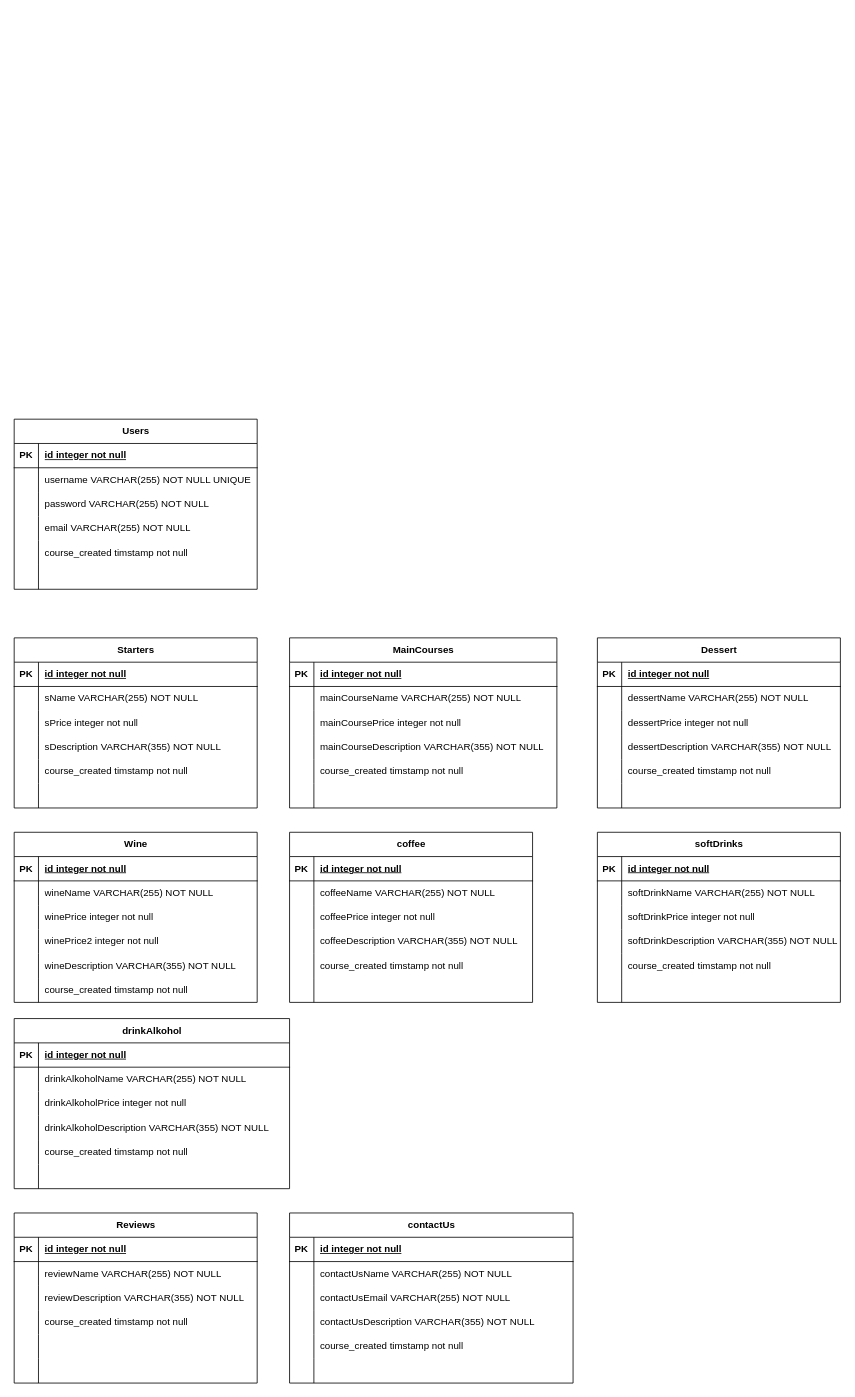
Above: er_diagram.drawio in Rebexian87/backend_projekt (draw.io), before the change. Source tidied: cells renumbered, new cells numbered last; positions are measured from the earlier drawing's top-left corner, leaving out a move shared by most shapes. Both pictures are drawn from the tidied source at 81%, with x=0, y=0 at pixel (14, 419).
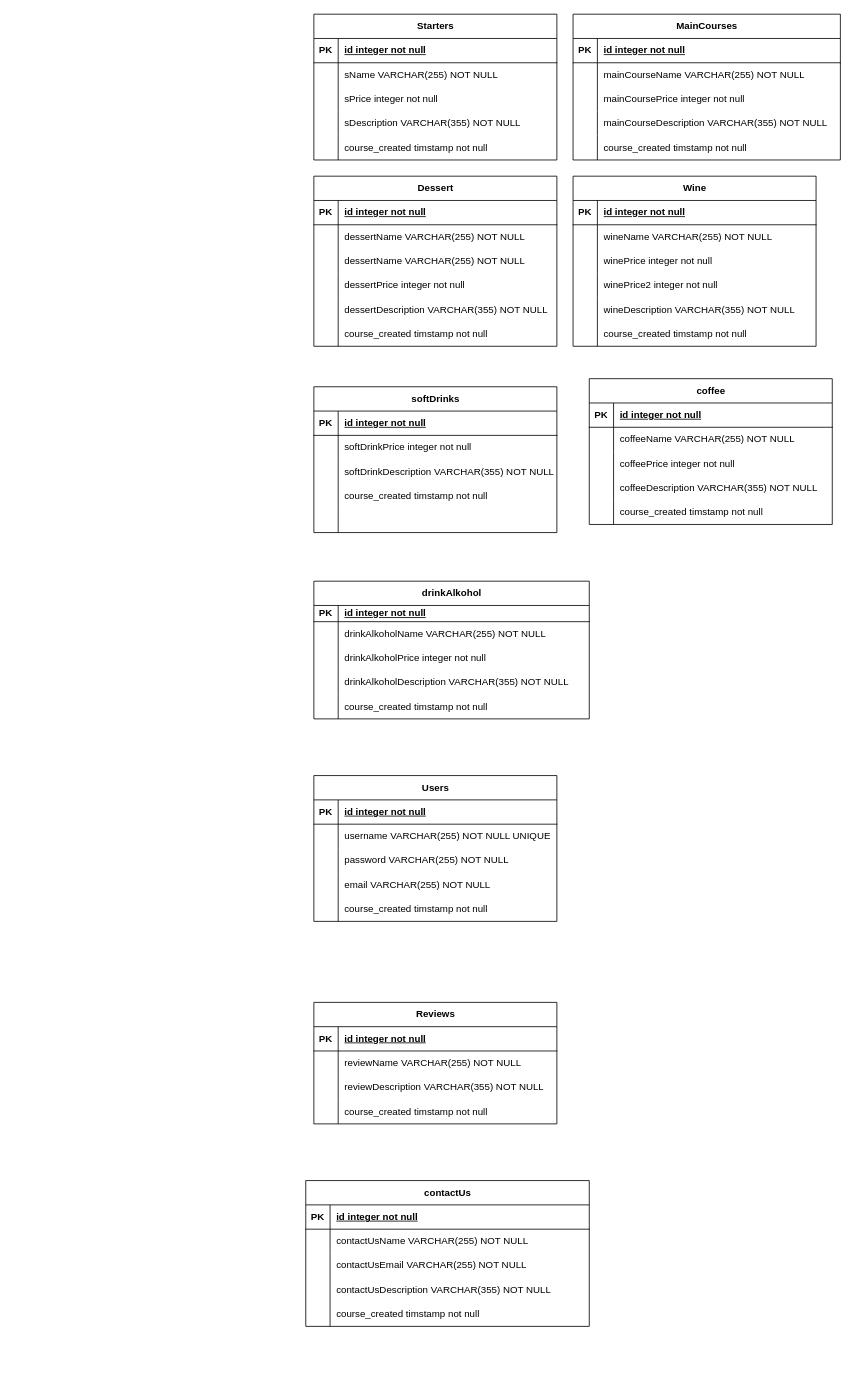
After the change.

Change to the diagram source:
```diff
@@
     <mxCell id="2" value="Users" style="shape=table;startSize=30;childLayout=tableLayout;rowLines=0;fontStyle=1;align=center;html=1;" parent="1" vertex="1">
-      <mxGeometry width="300" height="210" as="geometry" />
+      <mxGeometry x="370" y="440" width="300" height="180" as="geometry" />
     </mxCell>
@@
-    <mxCell id="18" style="shape=tableRow;horizontal=0;startSize=0;swimlaneHead=0;swimlaneBody=0;fillColor=none;top=0;left=0;right=0;bottom=0;" parent="2" vertex="1">
-      <mxGeometry y="180" width="300" height="30" as="geometry" />
-    </mxCell>
-    <mxCell id="19" style="shape=partialRectangle;fillColor=none;top=0;left=0;bottom=0;right=0;overflow=hidden;whiteSpace=wrap;html=1;" parent="18" vertex="1">
-      <mxGeometry width="30" height="30" as="geometry" />
-    </mxCell>
-    <mxCell id="20" style="shape=partialRectangle;fillColor=none;top=0;left=0;bottom=0;right=0;align=left;spacingLeft=6;overflow=hidden;whiteSpace=wrap;html=1;" parent="18" vertex="1">
-      <mxGeometry x="30" width="270" height="30" as="geometry" />
-    </mxCell>
     <mxCell id="21" value="Starters" style="shape=table;startSize=30;childLayout=tableLayout;rowLines=0;fontStyle=1;align=center;html=1;" parent="1" vertex="1">
-      <mxGeometry y="270" width="300" height="210" as="geometry" />
+      <mxGeometry x="370" y="-500" width="300" height="180" as="geometry" />
     </mxCell>
@@
-    <mxCell id="37" style="shape=tableRow;horizontal=0;startSize=0;swimlaneHead=0;swimlaneBody=0;fillColor=none;top=0;left=0;right=0;bottom=0;" parent="21" vertex="1">
-      <mxGeometry y="180" width="300" height="30" as="geometry" />
-    </mxCell>
-    <mxCell id="38" style="shape=partialRectangle;fillColor=none;top=0;left=0;bottom=0;right=0;overflow=hidden;whiteSpace=wrap;html=1;" parent="37" vertex="1">
-      <mxGeometry width="30" height="30" as="geometry" />
-    </mxCell>
-    <mxCell id="39" style="shape=partialRectangle;fillColor=none;top=0;left=0;bottom=0;right=0;align=left;spacingLeft=6;overflow=hidden;whiteSpace=wrap;html=1;" parent="37" vertex="1">
-      <mxGeometry x="30" width="270" height="30" as="geometry" />
-    </mxCell>
     <mxCell id="40" value="MainCourses" style="shape=table;startSize=30;childLayout=tableLayout;rowLines=0;fontStyle=1;align=center;html=1;" parent="1" vertex="1">
-      <mxGeometry x="340" y="270" width="330" height="210" as="geometry" />
+      <mxGeometry x="690" y="-500" width="330" height="180" as="geometry" />
     </mxCell>
@@
-    <mxCell id="56" style="shape=tableRow;horizontal=0;startSize=0;swimlaneHead=0;swimlaneBody=0;fillColor=none;top=0;left=0;right=0;bottom=0;" parent="40" vertex="1">
-      <mxGeometry y="180" width="330" height="30" as="geometry" />
-    </mxCell>
-    <mxCell id="57" style="shape=partialRectangle;fillColor=none;top=0;left=0;bottom=0;right=0;overflow=hidden;whiteSpace=wrap;html=1;" parent="56" vertex="1">
-      <mxGeometry width="30" height="30" as="geometry" />
-    </mxCell>
-    <mxCell id="58" style="shape=partialRectangle;fillColor=none;top=0;left=0;bottom=0;right=0;align=left;spacingLeft=6;overflow=hidden;whiteSpace=wrap;html=1;" parent="56" vertex="1">
-      <mxGeometry x="30" width="300" height="30" as="geometry" />
-    </mxCell>
     <mxCell id="59" value="Dessert" style="shape=table;startSize=30;childLayout=tableLayout;rowLines=0;fontStyle=1;align=center;html=1;" parent="1" vertex="1">
-      <mxGeometry x="720" y="270" width="300" height="210" as="geometry" />
+      <mxGeometry x="370" y="-300" width="300" height="210" as="geometry" />
     </mxCell>
@@
+    <mxCell id="192" style="shape=tableRow;horizontal=0;startSize=0;swimlaneHead=0;swimlaneBody=0;fillColor=none;top=0;left=0;right=0;bottom=0;" parent="59" vertex="1">
+      <mxGeometry y="90" width="300" height="30" as="geometry" />
+    </mxCell>
+    <mxCell id="193" style="shape=partialRectangle;fillColor=none;top=0;left=0;bottom=0;right=0;overflow=hidden;whiteSpace=wrap;html=1;" parent="192" vertex="1">
+      <mxGeometry width="30" height="30" as="geometry" />
+    </mxCell>
+    <mxCell id="194" value="dessertName VARCHAR(255) NOT NULL" style="shape=partialRectangle;fillColor=none;top=0;left=0;bottom=0;right=0;align=left;spacingLeft=6;overflow=hidden;whiteSpace=wrap;html=1;" parent="192" vertex="1">
+      <mxGeometry x="30" width="270" height="30" as="geometry" />
+    </mxCell>
     <mxCell id="66" style="shape=tableRow;horizontal=0;startSize=0;swimlaneHead=0;swimlaneBody=0;fillColor=none;top=0;left=0;right=0;bottom=0;" parent="59" vertex="1">
-      <mxGeometry y="90" width="300" height="30" as="geometry" />
+      <mxGeometry y="120" width="300" height="30" as="geometry" />
     </mxCell>
@@
     <mxCell id="69" style="shape=tableRow;horizontal=0;startSize=0;swimlaneHead=0;swimlaneBody=0;fillColor=none;top=0;left=0;right=0;bottom=0;" parent="59" vertex="1">
-      <mxGeometry y="120" width="300" height="30" as="geometry" />
+      <mxGeometry y="150" width="300" height="30" as="geometry" />
     </mxCell>
@@
     <mxCell id="72" style="shape=tableRow;horizontal=0;startSize=0;swimlaneHead=0;swimlaneBody=0;fillColor=none;top=0;left=0;right=0;bottom=0;" parent="59" vertex="1">
-      <mxGeometry y="150" width="300" height="30" as="geometry" />
+      <mxGeometry y="180" width="300" height="30" as="geometry" />
     </mxCell>
@@
-    <mxCell id="75" style="shape=tableRow;horizontal=0;startSize=0;swimlaneHead=0;swimlaneBody=0;fillColor=none;top=0;left=0;right=0;bottom=0;" parent="59" vertex="1">
-      <mxGeometry y="180" width="300" height="30" as="geometry" />
-    </mxCell>
-    <mxCell id="76" style="shape=partialRectangle;fillColor=none;top=0;left=0;bottom=0;right=0;overflow=hidden;whiteSpace=wrap;html=1;" parent="75" vertex="1">
-      <mxGeometry width="30" height="30" as="geometry" />
-    </mxCell>
-    <mxCell id="77" style="shape=partialRectangle;fillColor=none;top=0;left=0;bottom=0;right=0;align=left;spacingLeft=6;overflow=hidden;whiteSpace=wrap;html=1;" parent="75" vertex="1">
-      <mxGeometry x="30" width="270" height="30" as="geometry" />
-    </mxCell>
     <mxCell id="78" value="Wine" style="shape=table;startSize=30;childLayout=tableLayout;rowLines=0;fontStyle=1;align=center;html=1;" parent="1" vertex="1">
-      <mxGeometry y="510" width="300" height="210" as="geometry" />
+      <mxGeometry x="690" y="-300" width="300" height="210" as="geometry" />
     </mxCell>
@@
     <mxCell id="97" value="coffee" style="shape=table;startSize=30;childLayout=tableLayout;rowLines=0;fontStyle=1;align=center;html=1;" parent="1" vertex="1">
-      <mxGeometry x="340" y="510" width="300" height="210" as="geometry" />
+      <mxGeometry x="710" y="-50" width="300" height="180" as="geometry" />
     </mxCell>
@@
-    <mxCell id="113" style="shape=tableRow;horizontal=0;startSize=0;swimlaneHead=0;swimlaneBody=0;fillColor=none;top=0;left=0;right=0;bottom=0;" parent="97" vertex="1">
-      <mxGeometry y="180" width="300" height="30" as="geometry" />
-    </mxCell>
-    <mxCell id="114" style="shape=partialRectangle;fillColor=none;top=0;left=0;bottom=0;right=0;overflow=hidden;whiteSpace=wrap;html=1;" parent="113" vertex="1">
-      <mxGeometry width="30" height="30" as="geometry" />
-    </mxCell>
-    <mxCell id="115" style="shape=partialRectangle;fillColor=none;top=0;left=0;bottom=0;right=0;align=left;spacingLeft=6;overflow=hidden;whiteSpace=wrap;html=1;" parent="113" vertex="1">
-      <mxGeometry x="30" width="270" height="30" as="geometry" />
-    </mxCell>
     <mxCell id="116" value="softDrinks" style="shape=table;startSize=30;childLayout=tableLayout;rowLines=0;fontStyle=1;align=center;html=1;" parent="1" vertex="1">
-      <mxGeometry x="720" y="510" width="300" height="210" as="geometry" />
+      <mxGeometry x="370" y="-40" width="300" height="180" as="geometry" />
     </mxCell>
@@
-    <mxCell id="120" style="shape=tableRow;horizontal=0;startSize=0;swimlaneHead=0;swimlaneBody=0;fillColor=none;top=0;left=0;right=0;bottom=0;" parent="116" vertex="1">
-      <mxGeometry y="60" width="300" height="30" as="geometry" />
-    </mxCell>
-    <mxCell id="121" style="shape=partialRectangle;fillColor=none;top=0;left=0;bottom=0;right=0;overflow=hidden;whiteSpace=wrap;html=1;" parent="120" vertex="1">
-      <mxGeometry width="30" height="30" as="geometry" />
-    </mxCell>
-    <mxCell id="122" value="&lt;span style=&quot;color: rgb(0, 0, 0); text-align: center; text-wrap-mode: nowrap;&quot;&gt;softDrink&lt;/span&gt;Name VARCHAR(255) NOT NULL" style="shape=partialRectangle;fillColor=none;top=0;left=0;bottom=0;right=0;align=left;spacingLeft=6;overflow=hidden;whiteSpace=wrap;html=1;" parent="120" vertex="1">
-      <mxGeometry x="30" width="270" height="30" as="geometry" />
-    </mxCell>
     <mxCell id="123" style="shape=tableRow;horizontal=0;startSize=0;swimlaneHead=0;swimlaneBody=0;fillColor=none;top=0;left=0;right=0;bottom=0;" parent="116" vertex="1">
-      <mxGeometry y="90" width="300" height="30" as="geometry" />
+      <mxGeometry y="60" width="300" height="30" as="geometry" />
     </mxCell>
@@
     <mxCell id="126" style="shape=tableRow;horizontal=0;startSize=0;swimlaneHead=0;swimlaneBody=0;fillColor=none;top=0;left=0;right=0;bottom=0;" parent="116" vertex="1">
-      <mxGeometry y="120" width="300" height="30" as="geometry" />
+      <mxGeometry y="90" width="300" height="30" as="geometry" />
     </mxCell>
@@
     <mxCell id="129" style="shape=tableRow;horizontal=0;startSize=0;swimlaneHead=0;swimlaneBody=0;fillColor=none;top=0;left=0;right=0;bottom=0;" parent="116" vertex="1">
-      <mxGeometry y="150" width="300" height="30" as="geometry" />
+      <mxGeometry y="120" width="300" height="30" as="geometry" />
     </mxCell>
@@
     <mxCell id="132" style="shape=tableRow;horizontal=0;startSize=0;swimlaneHead=0;swimlaneBody=0;fillColor=none;top=0;left=0;right=0;bottom=0;" parent="116" vertex="1">
-      <mxGeometry y="180" width="300" height="30" as="geometry" />
+      <mxGeometry y="150" width="300" height="30" as="geometry" />
     </mxCell>
@@
     <mxCell id="135" value="Reviews" style="shape=table;startSize=30;childLayout=tableLayout;rowLines=0;fontStyle=1;align=center;html=1;" parent="1" vertex="1">
-      <mxGeometry y="980" width="300" height="210" as="geometry" />
+      <mxGeometry x="370" y="720" width="300" height="150" as="geometry" />
     </mxCell>
@@
-    <mxCell id="148" style="shape=tableRow;horizontal=0;startSize=0;swimlaneHead=0;swimlaneBody=0;fillColor=none;top=0;left=0;right=0;bottom=0;" parent="135" vertex="1">
-      <mxGeometry y="150" width="300" height="30" as="geometry" />
-    </mxCell>
-    <mxCell id="149" style="shape=partialRectangle;fillColor=none;top=0;left=0;bottom=0;right=0;overflow=hidden;whiteSpace=wrap;html=1;" parent="148" vertex="1">
-      <mxGeometry width="30" height="30" as="geometry" />
-    </mxCell>
-    <mxCell id="150" style="shape=partialRectangle;fillColor=none;top=0;left=0;bottom=0;right=0;align=left;spacingLeft=6;overflow=hidden;whiteSpace=wrap;html=1;" parent="148" vertex="1">
-      <mxGeometry x="30" width="270" height="30" as="geometry" />
-    </mxCell>
-    <mxCell id="151" style="shape=tableRow;horizontal=0;startSize=0;swimlaneHead=0;swimlaneBody=0;fillColor=none;top=0;left=0;right=0;bottom=0;" parent="135" vertex="1">
-      <mxGeometry y="180" width="300" height="30" as="geometry" />
-    </mxCell>
-    <mxCell id="152" style="shape=partialRectangle;fillColor=none;top=0;left=0;bottom=0;right=0;overflow=hidden;whiteSpace=wrap;html=1;" parent="151" vertex="1">
-      <mxGeometry width="30" height="30" as="geometry" />
-    </mxCell>
-    <mxCell id="153" style="shape=partialRectangle;fillColor=none;top=0;left=0;bottom=0;right=0;align=left;spacingLeft=6;overflow=hidden;whiteSpace=wrap;html=1;" parent="151" vertex="1">
-      <mxGeometry x="30" width="270" height="30" as="geometry" />
-    </mxCell>
     <mxCell id="154" value="contactUs" style="shape=table;startSize=30;childLayout=tableLayout;rowLines=0;fontStyle=1;align=center;html=1;" parent="1" vertex="1">
-      <mxGeometry x="340" y="980" width="350" height="210" as="geometry" />
+      <mxGeometry x="360" y="940" width="350" height="180" as="geometry" />
     </mxCell>
@@
-    <mxCell id="170" style="shape=tableRow;horizontal=0;startSize=0;swimlaneHead=0;swimlaneBody=0;fillColor=none;top=0;left=0;right=0;bottom=0;" parent="154" vertex="1">
-      <mxGeometry y="180" width="350" height="30" as="geometry" />
-    </mxCell>
-    <mxCell id="171" style="shape=partialRectangle;fillColor=none;top=0;left=0;bottom=0;right=0;overflow=hidden;whiteSpace=wrap;html=1;" parent="170" vertex="1">
-      <mxGeometry width="30" height="30" as="geometry" />
-    </mxCell>
-    <mxCell id="172" style="shape=partialRectangle;fillColor=none;top=0;left=0;bottom=0;right=0;align=left;spacingLeft=6;overflow=hidden;whiteSpace=wrap;html=1;" parent="170" vertex="1">
-      <mxGeometry x="30" width="320" height="30" as="geometry" />
-    </mxCell>
     <mxCell id="173" value="drinkAlkohol" style="shape=table;startSize=30;childLayout=tableLayout;rowLines=0;fontStyle=1;align=center;html=1;" parent="1" vertex="1">
-      <mxGeometry y="740" width="340" height="210" as="geometry" />
+      <mxGeometry x="370" y="200" width="340" height="170" as="geometry" />
     </mxCell>
     <mxCell id="174" style="shape=tableRow;horizontal=0;startSize=0;swimlaneHead=0;swimlaneBody=0;fillColor=none;top=0;left=0;right=0;bottom=1;" parent="173" vertex="1">
-      <mxGeometry y="30" width="340" height="30" as="geometry" />
+      <mxGeometry y="30" width="340" height="20" as="geometry" />
     </mxCell>
     <mxCell id="175" value="PK" style="shape=partialRectangle;fillColor=none;top=0;left=0;bottom=0;right=0;fontStyle=1;overflow=hidden;whiteSpace=wrap;html=1;" parent="174" vertex="1">
-      <mxGeometry width="30" height="30" as="geometry" />
+      <mxGeometry width="30" height="20" as="geometry" />
     </mxCell>
     <mxCell id="176" value="id integer not null" style="shape=partialRectangle;fillColor=none;top=0;left=0;bottom=0;right=0;align=left;spacingLeft=6;fontStyle=5;overflow=hidden;whiteSpace=wrap;html=1;" parent="174" vertex="1">
-      <mxGeometry x="30" width="310" height="30" as="geometry" />
+      <mxGeometry x="30" width="310" height="20" as="geometry" />
     </mxCell>
     <mxCell id="177" style="shape=tableRow;horizontal=0;startSize=0;swimlaneHead=0;swimlaneBody=0;fillColor=none;top=0;left=0;right=0;bottom=0;" parent="173" vertex="1">
-      <mxGeometry y="60" width="340" height="30" as="geometry" />
+      <mxGeometry y="50" width="340" height="30" as="geometry" />
     </mxCell>
@@
     <mxCell id="180" style="shape=tableRow;horizontal=0;startSize=0;swimlaneHead=0;swimlaneBody=0;fillColor=none;top=0;left=0;right=0;bottom=0;" parent="173" vertex="1">
-      <mxGeometry y="90" width="340" height="30" as="geometry" />
+      <mxGeometry y="80" width="340" height="30" as="geometry" />
     </mxCell>
@@
     <mxCell id="183" style="shape=tableRow;horizontal=0;startSize=0;swimlaneHead=0;swimlaneBody=0;fillColor=none;top=0;left=0;right=0;bottom=0;" parent="173" vertex="1">
-      <mxGeometry y="120" width="340" height="30" as="geometry" />
+      <mxGeometry y="110" width="340" height="30" as="geometry" />
     </mxCell>
@@
     <mxCell id="186" style="shape=tableRow;horizontal=0;startSize=0;swimlaneHead=0;swimlaneBody=0;fillColor=none;top=0;left=0;right=0;bottom=0;" parent="173" vertex="1">
-      <mxGeometry y="150" width="340" height="30" as="geometry" />
+      <mxGeometry y="140" width="340" height="30" as="geometry" />
     </mxCell>
@@
-    <mxCell id="189" style="shape=tableRow;horizontal=0;startSize=0;swimlaneHead=0;swimlaneBody=0;fillColor=none;top=0;left=0;right=0;bottom=0;" parent="173" vertex="1">
-      <mxGeometry y="180" width="340" height="30" as="geometry" />
-    </mxCell>
-    <mxCell id="190" style="shape=partialRectangle;fillColor=none;top=0;left=0;bottom=0;right=0;overflow=hidden;whiteSpace=wrap;html=1;" parent="189" vertex="1">
-      <mxGeometry width="30" height="30" as="geometry" />
-    </mxCell>
-    <mxCell id="191" style="shape=partialRectangle;fillColor=none;top=0;left=0;bottom=0;right=0;align=left;spacingLeft=6;overflow=hidden;whiteSpace=wrap;html=1;" parent="189" vertex="1">
-      <mxGeometry x="30" width="310" height="30" as="geometry" />
-    </mxCell>
```
